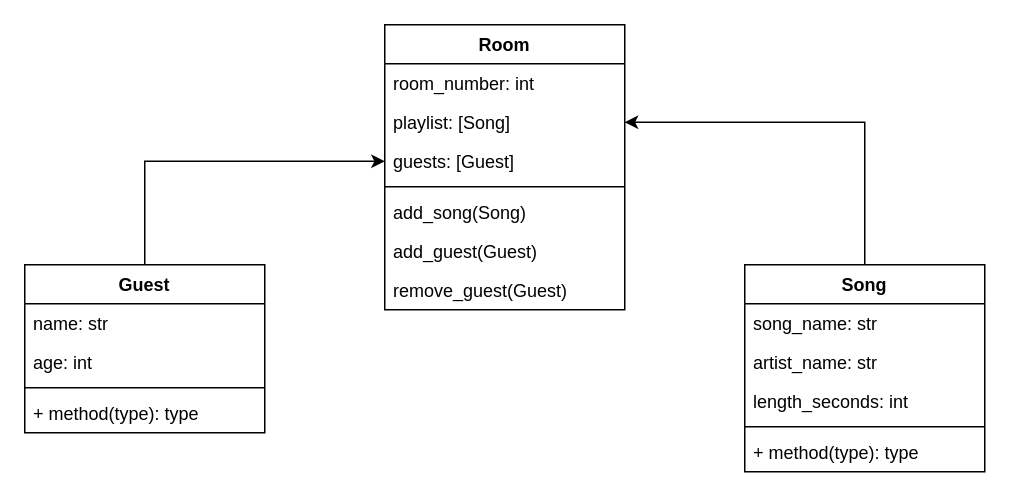
Before: diagram.drawio in Stanhoucke/Karaoke_hw, a draw.io diagram. Source tidied: cells renumbered, new cells numbered last; positions are measured from the earlier drawing's top-left corner, leaving out a move shared by most shapes. Both pictures are drawn from the tidied source at 150%, with x=0, y=0 at pixel (24, 24).
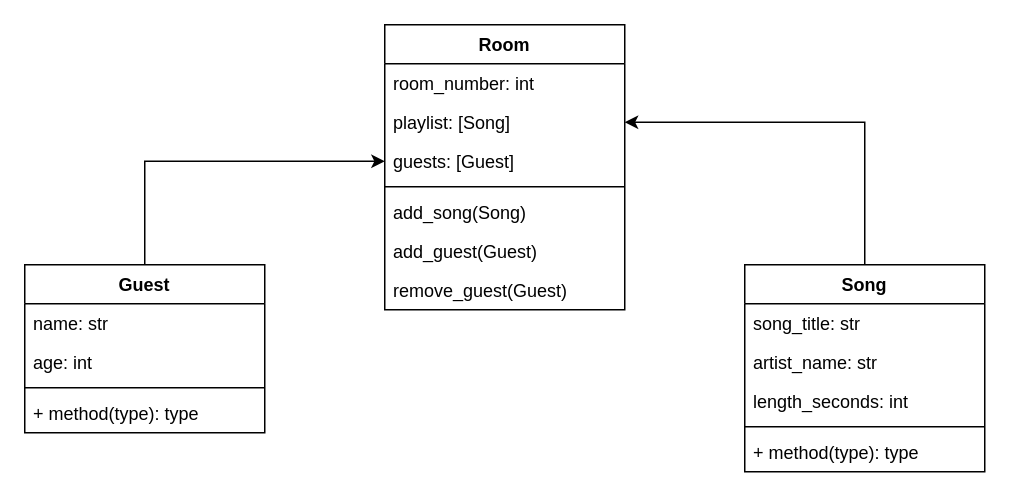
The same diagram, later.

Commit message (it also covers changes not shown here):
Song - passed attribute tests

The change refers to these unchanged cells:
```xml
<mxCell id="17" value="Song" style="swimlane;fontStyle=1;align=center;verticalAlign=top;horizontal=1;startSize=26;" parent="1" vertex="1">
  <mxGeometry x="480" y="160" width="160" height="138" as="geometry" />
</mxCell>
```

Change to the diagram source:
```diff
@@
-    <mxCell id="18" value="song_name: str" style="text;strokeColor=none;fillColor=none;align=left;verticalAlign=top;spacingLeft=4;spacingRight=4;overflow=hidden;" parent="17" vertex="1">
+    <mxCell id="18" value="song_title: str" style="text;strokeColor=none;fillColor=none;align=left;verticalAlign=top;spacingLeft=4;spacingRight=4;overflow=hidden;" parent="17" vertex="1">
       <mxGeometry y="26" width="160" height="26" as="geometry" />
     </mxCell>
```
